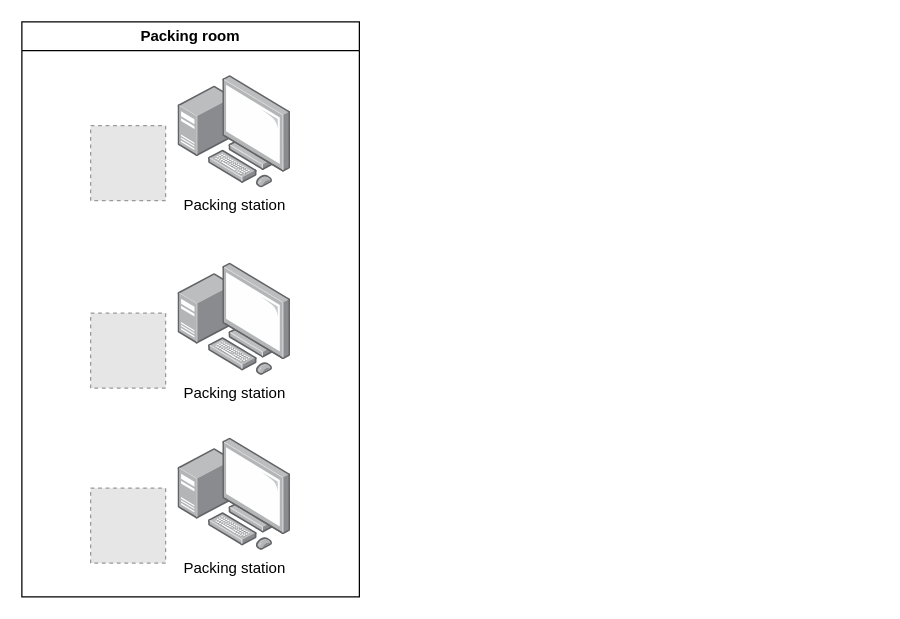
Earlier version of the draw.io diagram page "packing card" (5 of 5) of แบบแผนที่ยังไม่ได้ตั้งชื่อ.drawio (delphihero/MyDocument). Source tidied: cells renumbered, new cells numbered last; positions are measured from the earlier drawing's top-left corner, leaving out a move shared by most shapes. Both pictures are drawn from the tidied source at 125%, with x=0, y=0 at pixel (21, 21). Pictures stored in the file or linked from it are replaced by grey dashed boxes.
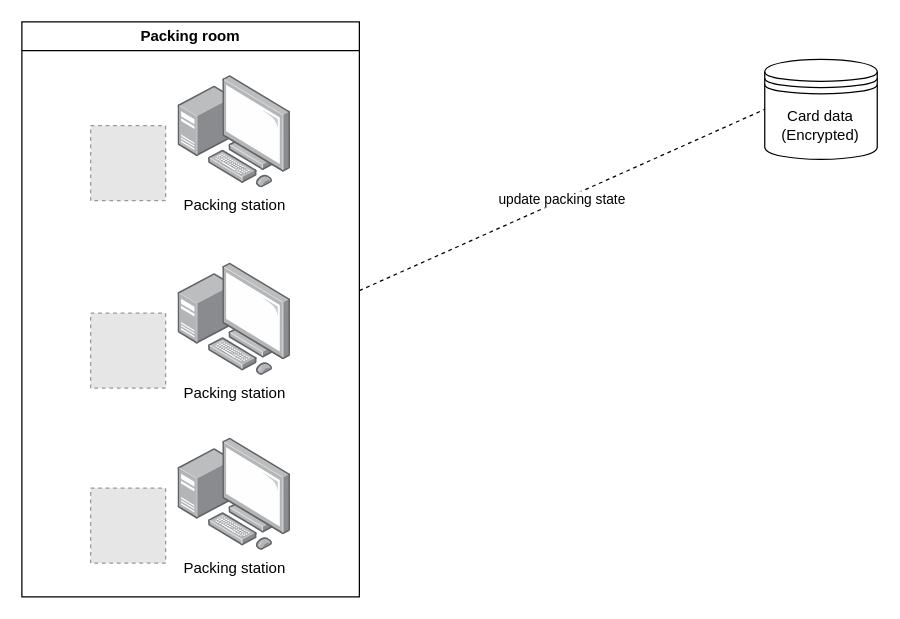
After the change.

What changed in the source:
```diff
@@
 <mxGraphModel>
   <root>
     <mxCell id="0" />
     <mxCell id="1" parent="0" />
     <mxCell id="2" value="Packing room" style="swimlane;whiteSpace=wrap;html=1;fillColor=none;" parent="1" vertex="1">
       <mxGeometry width="270" height="460" as="geometry" />
     </mxCell>
     <mxCell id="3" style="group;" parent="2" vertex="1">
       <mxGeometry x="55" y="43" width="160" height="100" as="geometry" />
     </mxCell>
     <mxCell id="4" style="fillColor=#E6E6E6;strokeColor=#999999;dashed=1;html=1;verticalAlign=top;verticalLabelPosition=bottom;labelBackgroundColor=#ffffff;" parent="3" vertex="1">
       <mxGeometry y="40" width="60" height="60" as="geometry" />
     </mxCell>
     <mxCell id="5" value="Packing station" style="html=1;align=center;shadow=0;dashed=0;image;image=img/lib/allied_telesis/computer_and_terminals/Personal_Computer_with_Server.svg;strokeColor=#3333FF;fillColor=#99FF99;" parent="3" vertex="1">
       <mxGeometry x="70" width="90" height="90" as="geometry" />
     </mxCell>
     <mxCell id="6" style="group;" parent="2" vertex="1">
       <mxGeometry x="55" y="193" width="160" height="100" as="geometry" />
     </mxCell>
     <mxCell id="7" style="fillColor=#E6E6E6;strokeColor=#999999;dashed=1;html=1;verticalAlign=top;verticalLabelPosition=bottom;labelBackgroundColor=#ffffff;" parent="6" vertex="1">
       <mxGeometry y="40" width="60" height="60" as="geometry" />
     </mxCell>
     <mxCell id="8" value="Packing station" style="html=1;align=center;shadow=0;dashed=0;image;image=img/lib/allied_telesis/computer_and_terminals/Personal_Computer_with_Server.svg;strokeColor=#3333FF;fillColor=#99FF99;" parent="6" vertex="1">
       <mxGeometry x="70" width="90" height="90" as="geometry" />
     </mxCell>
     <mxCell id="9" style="group;" parent="2" vertex="1">
       <mxGeometry x="55" y="333" width="160" height="100" as="geometry" />
     </mxCell>
     <mxCell id="10" style="fillColor=#E6E6E6;strokeColor=#999999;dashed=1;html=1;verticalAlign=top;verticalLabelPosition=bottom;labelBackgroundColor=#ffffff;" parent="9" vertex="1">
       <mxGeometry y="40" width="60" height="60" as="geometry" />
     </mxCell>
     <mxCell id="11" value="Packing station" style="html=1;align=center;shadow=0;dashed=0;image;image=img/lib/allied_telesis/computer_and_terminals/Personal_Computer_with_Server.svg;strokeColor=#3333FF;fillColor=#99FF99;" parent="9" vertex="1">
       <mxGeometry x="70" width="90" height="90" as="geometry" />
     </mxCell>
+    <mxCell id="12" value="&lt;div&gt;Card data&lt;/div&gt;&lt;div&gt;(Encrypted)&lt;br&gt;&lt;/div&gt;" style="shape=datastore;whiteSpace=wrap;html=1;fillColor=none;" parent="1" vertex="1">
+      <mxGeometry x="594.3" y="30" width="90" height="80" as="geometry" />
+    </mxCell>
+    <mxCell id="13" value="update packing state" style="endArrow=none;dashed=1;html=1;rounded=0;fillColor=none;entryX=0;entryY=0.5;entryDx=0;entryDy=0;exitX=1;exitY=0.5;exitDx=0;exitDy=0;" parent="1" edge="1" target="12">
+      <mxGeometry relative="1" as="geometry">
+        <mxPoint x="270" y="215" as="sourcePoint" />
+      </mxGeometry>
+    </mxCell>
   </root>
 </mxGraphModel>
```
